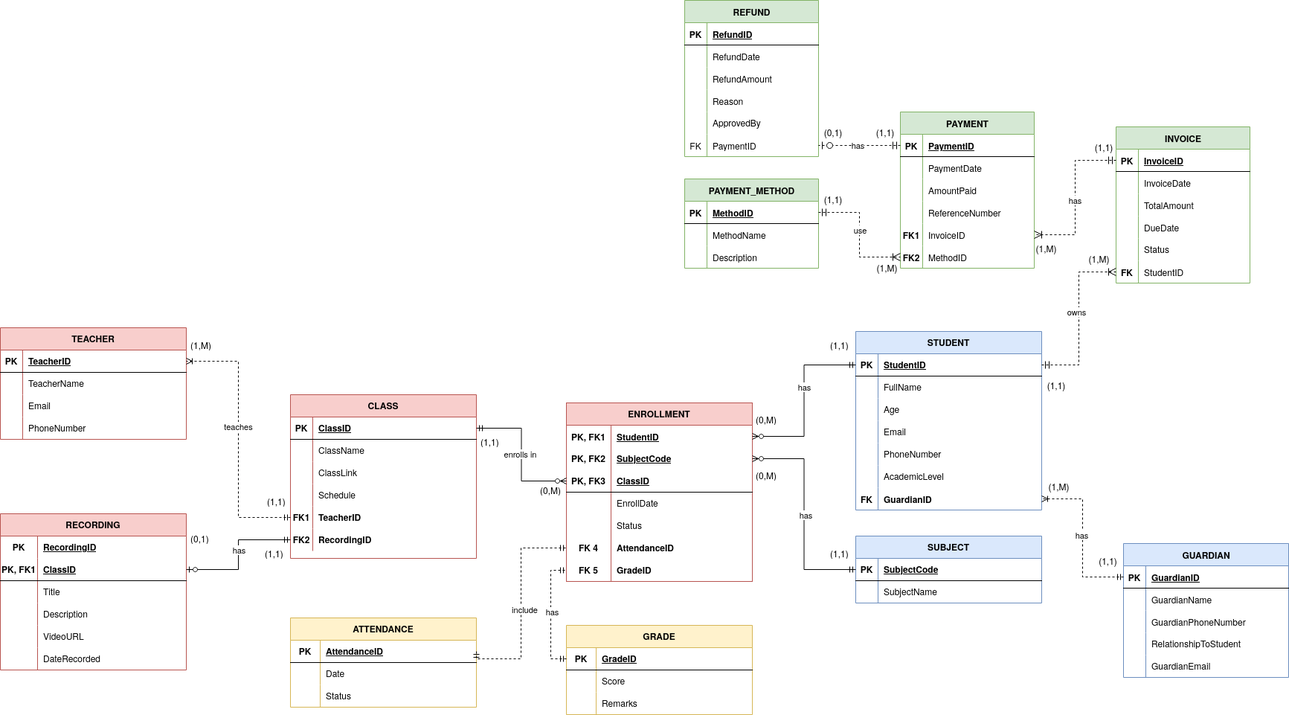
Before: CMT221_Assignment.drawio.png, a diagram exported from draw.io (EzraChai/CMT221-Assignment). Source tidied: cells renumbered, new cells last; positions are measured from the earlier drawing's top-left corner, leaving out a move shared by most shapes.
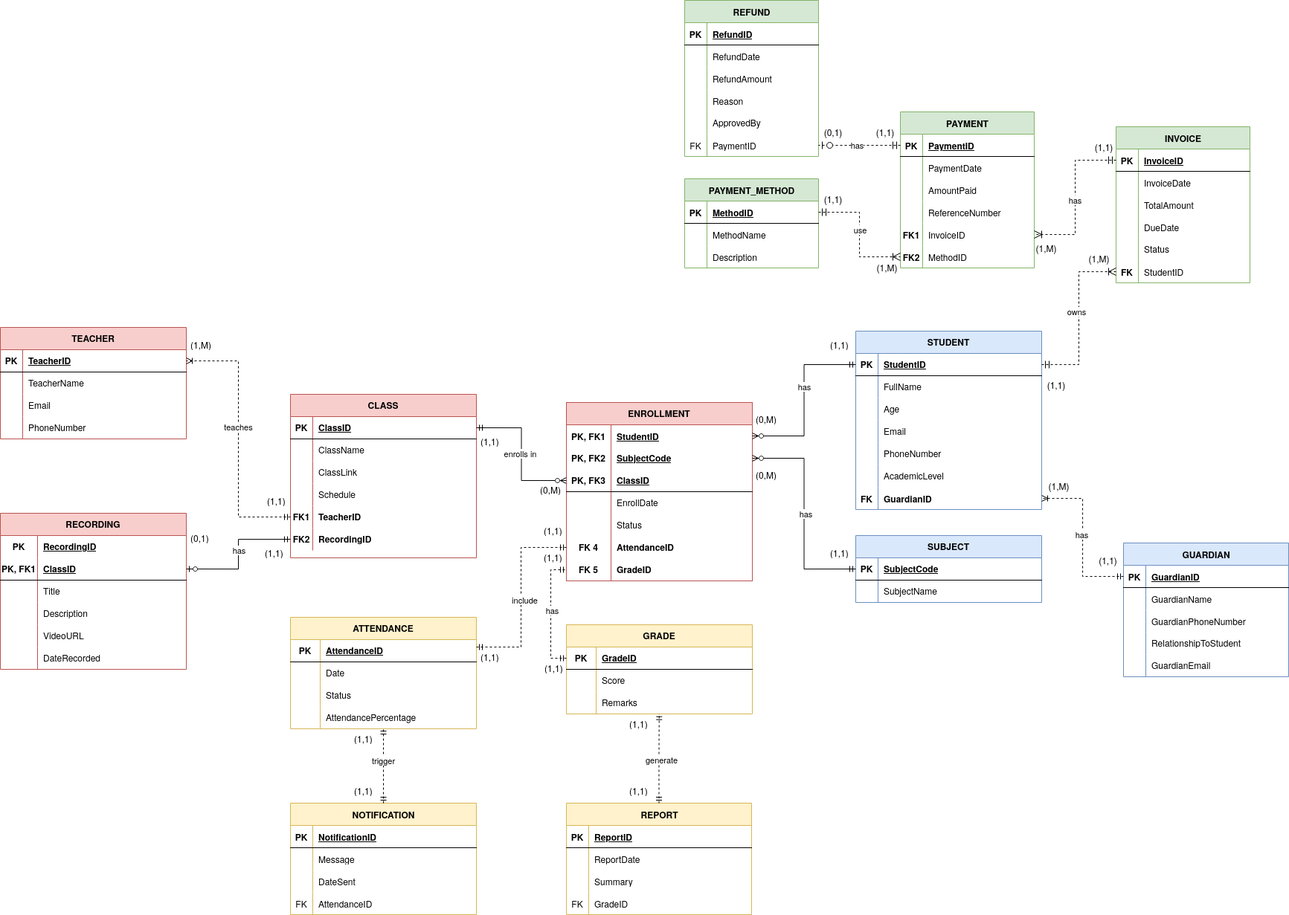
The same diagram one commit later.

The edit, as a diff of the source:
```diff
@@ -369,7 +369,7 @@
       <mxGeometry x="1010" y="625" width="40" height="30" as="geometry" />
     </mxCell>
     <mxCell id="124" value="ATTENDANCE" style="shape=table;startSize=30;rowLines=0;fontStyle=1;align=center;fillColor=#fff2cc;strokeColor=#d6b656;" parent="1" vertex="1">
-      <mxGeometry x="390" y="830" width="250" height="120" as="geometry" />
+      <mxGeometry x="390" y="830" width="250" height="150" as="geometry" />
     </mxCell>
     <mxCell id="125" style="shape=partialRectangle;fillColor=none;points=[[0,0.5],[1,0.5]];portConstraint=eastwest;top=0;left=0;right=0;bottom=1;" parent="124" vertex="1">
       <mxGeometry y="30" width="250" height="30" as="geometry" />
@@ -398,10 +398,21 @@
     <mxCell id="133" value="Status" style="shape=partialRectangle;overflow=hidden;fillColor=none;top=0;left=0;bottom=0;right=0;align=left;spacingLeft=6;" parent="131" vertex="1">
       <mxGeometry x="40" width="210" height="30" as="geometry" />
     </mxCell>
+    <mxCell id="251" style="shape=partialRectangle;fillColor=none;points=[[0,0.5],[1,0.5]];portConstraint=eastwest;top=0;left=0;right=0;bottom=0;" parent="124" vertex="1">
+      <mxGeometry y="120" width="250" height="30" as="geometry" />
+    </mxCell>
+    <mxCell id="252" style="shape=partialRectangle;overflow=hidden;fillColor=none;top=0;left=0;bottom=0;right=0;" parent="251" vertex="1">
+      <mxGeometry width="40" height="30" as="geometry" />
+    </mxCell>
+    <mxCell id="253" value="AttendancePercentage" style="shape=partialRectangle;overflow=hidden;fillColor=none;top=0;left=0;bottom=0;right=0;align=left;spacingLeft=6;" parent="251" vertex="1">
+      <mxGeometry x="40" width="210" height="30" as="geometry" />
+    </mxCell>
-    <mxCell id="134" style="edgeStyle=orthogonalEdgeStyle;fontSize=12;html=1;endArrow=ERmandOne;startArrow=ERmandOne;rounded=0;entryX=0;entryY=0.5;entryDx=0;entryDy=0;exitX=1;exitY=0.5;exitDx=0;exitDy=0;dashed=1;" parent="1" edge="1" source="125" target="18">
+    <mxCell id="134" style="edgeStyle=orthogonalEdgeStyle;fontSize=12;html=1;endArrow=ERmandOne;startArrow=ERmandOne;rounded=0;entryX=0;entryY=0.5;entryDx=0;entryDy=0;dashed=1;" parent="1" edge="1" target="18">
       <mxGeometry relative="1" as="geometry">
+        <mxPoint x="640" y="870" as="sourcePoint" />
         <Array as="points">
-          <mxPoint x="700" y="885" />
+          <mxPoint x="640" y="870" />
+          <mxPoint x="700" y="870" />
           <mxPoint x="700" y="736" />
         </Array>
       </mxGeometry>
@@ -759,5 +770,121 @@
     <mxCell id="250" value="&lt;font style=&quot;font-size: 12px;&quot;&gt;(0,1)&lt;/font&gt;" style="text;html=1;whiteSpace=wrap;strokeColor=none;fillColor=none;align=center;verticalAlign=middle;rounded=0;fontSize=16;" parent="1" vertex="1">
       <mxGeometry x="1090" y="160" width="60" height="30" as="geometry" />
     </mxCell>
+    <mxCell id="254" value="REPORT" style="shape=table;startSize=30;rowLines=0;fontStyle=1;align=center;html=1;fillColor=#fff2cc;strokeColor=#d6b656;" parent="1" vertex="1">
+      <mxGeometry x="761" y="1080" width="249" height="150" as="geometry" />
+    </mxCell>
+    <mxCell id="255" style="shape=tableRow;horizontal=0;startSize=0;swimlaneHead=0;swimlaneBody=0;fillColor=none;top=0;left=0;right=0;bottom=1;" parent="254" vertex="1">
+      <mxGeometry y="30" width="249" height="30" as="geometry" />
+    </mxCell>
+    <mxCell id="256" value="PK" style="shape=partialRectangle;fillColor=none;top=0;left=0;bottom=0;right=0;fontStyle=1;overflow=hidden;whiteSpace=wrap;html=1;" parent="255" vertex="1">
+      <mxGeometry width="30" height="30" as="geometry" />
+    </mxCell>
+    <mxCell id="257" value="ReportID" style="shape=partialRectangle;fillColor=none;top=0;left=0;bottom=0;right=0;align=left;spacingLeft=6;fontStyle=5;overflow=hidden;whiteSpace=wrap;html=1;" parent="255" vertex="1">
+      <mxGeometry x="30" width="219" height="30" as="geometry" />
+    </mxCell>
+    <mxCell id="258" style="shape=tableRow;horizontal=0;startSize=0;swimlaneHead=0;swimlaneBody=0;fillColor=none;top=0;left=0;right=0;bottom=0;" parent="254" vertex="1">
+      <mxGeometry y="60" width="249" height="30" as="geometry" />
+    </mxCell>
+    <mxCell id="259" style="shape=partialRectangle;fillColor=none;top=0;left=0;bottom=0;right=0;overflow=hidden;whiteSpace=wrap;html=1;" parent="258" vertex="1">
+      <mxGeometry width="30" height="30" as="geometry" />
+    </mxCell>
+    <mxCell id="260" value="ReportDate" style="shape=partialRectangle;fillColor=none;top=0;left=0;bottom=0;right=0;align=left;spacingLeft=6;overflow=hidden;whiteSpace=wrap;html=1;" parent="258" vertex="1">
+      <mxGeometry x="30" width="219" height="30" as="geometry" />
+    </mxCell>
+    <mxCell id="261" style="shape=tableRow;horizontal=0;startSize=0;swimlaneHead=0;swimlaneBody=0;fillColor=none;top=0;left=0;right=0;bottom=0;" parent="254" vertex="1">
+      <mxGeometry y="90" width="249" height="30" as="geometry" />
+    </mxCell>
+    <mxCell id="262" style="shape=partialRectangle;fillColor=none;top=0;left=0;bottom=0;right=0;overflow=hidden;whiteSpace=wrap;html=1;" parent="261" vertex="1">
+      <mxGeometry width="30" height="30" as="geometry" />
+    </mxCell>
+    <mxCell id="263" value="Summary&amp;nbsp;" style="shape=partialRectangle;fillColor=none;top=0;left=0;bottom=0;right=0;align=left;spacingLeft=6;overflow=hidden;whiteSpace=wrap;html=1;" parent="261" vertex="1">
+      <mxGeometry x="30" width="219" height="30" as="geometry" />
+    </mxCell>
+    <mxCell id="264" style="shape=tableRow;horizontal=0;startSize=0;swimlaneHead=0;swimlaneBody=0;fillColor=none;top=0;left=0;right=0;bottom=0;" parent="254" vertex="1">
+      <mxGeometry y="120" width="249" height="30" as="geometry" />
+    </mxCell>
+    <mxCell id="265" value="FK" style="shape=partialRectangle;fillColor=none;top=0;left=0;bottom=0;right=0;fontStyle=0;overflow=hidden;whiteSpace=wrap;html=1;" parent="264" vertex="1">
+      <mxGeometry width="30" height="30" as="geometry" />
+    </mxCell>
+    <mxCell id="266" value="GradeID" style="shape=partialRectangle;fillColor=none;top=0;left=0;bottom=0;right=0;align=left;spacingLeft=6;fontStyle=0;overflow=hidden;whiteSpace=wrap;html=1;" parent="264" vertex="1">
+      <mxGeometry x="30" width="219" height="30" as="geometry" />
+    </mxCell>
+    <mxCell id="267" value="NOTIFICATION" style="shape=table;startSize=30;rowLines=0;fontStyle=1;align=center;html=1;fillColor=#fff2cc;strokeColor=#d6b656;" parent="1" vertex="1">
+      <mxGeometry x="390" y="1080" width="250" height="150" as="geometry" />
+    </mxCell>
+    <mxCell id="268" style="shape=tableRow;horizontal=0;startSize=0;swimlaneHead=0;swimlaneBody=0;fillColor=none;top=0;left=0;right=0;bottom=1;" parent="267" vertex="1">
+      <mxGeometry y="30" width="250" height="30" as="geometry" />
+    </mxCell>
+    <mxCell id="269" value="PK" style="shape=partialRectangle;fillColor=none;top=0;left=0;bottom=0;right=0;fontStyle=1;overflow=hidden;whiteSpace=wrap;html=1;" parent="268" vertex="1">
+      <mxGeometry width="30" height="30" as="geometry" />
+    </mxCell>
+    <mxCell id="270" value="NotificationID" style="shape=partialRectangle;fillColor=none;top=0;left=0;bottom=0;right=0;align=left;spacingLeft=6;fontStyle=5;overflow=hidden;whiteSpace=wrap;html=1;" parent="268" vertex="1">
+      <mxGeometry x="30" width="220" height="30" as="geometry" />
+    </mxCell>
+    <mxCell id="271" style="shape=tableRow;horizontal=0;startSize=0;swimlaneHead=0;swimlaneBody=0;fillColor=none;top=0;left=0;right=0;bottom=0;" parent="267" vertex="1">
+      <mxGeometry y="60" width="250" height="30" as="geometry" />
+    </mxCell>
+    <mxCell id="272" style="shape=partialRectangle;fillColor=none;top=0;left=0;bottom=0;right=0;overflow=hidden;whiteSpace=wrap;html=1;" parent="271" vertex="1">
+      <mxGeometry width="30" height="30" as="geometry" />
+    </mxCell>
+    <mxCell id="273" value="Message" style="shape=partialRectangle;fillColor=none;top=0;left=0;bottom=0;right=0;align=left;spacingLeft=6;overflow=hidden;whiteSpace=wrap;html=1;" parent="271" vertex="1">
+      <mxGeometry x="30" width="220" height="30" as="geometry" />
+    </mxCell>
+    <mxCell id="274" style="shape=tableRow;horizontal=0;startSize=0;swimlaneHead=0;swimlaneBody=0;fillColor=none;top=0;left=0;right=0;bottom=0;" parent="267" vertex="1">
+      <mxGeometry y="90" width="250" height="30" as="geometry" />
+    </mxCell>
+    <mxCell id="275" style="shape=partialRectangle;fillColor=none;top=0;left=0;bottom=0;right=0;overflow=hidden;whiteSpace=wrap;html=1;" parent="274" vertex="1">
+      <mxGeometry width="30" height="30" as="geometry" />
+    </mxCell>
+    <mxCell id="276" value="DateSent" style="shape=partialRectangle;fillColor=none;top=0;left=0;bottom=0;right=0;align=left;spacingLeft=6;overflow=hidden;whiteSpace=wrap;html=1;" parent="274" vertex="1">
+      <mxGeometry x="30" width="220" height="30" as="geometry" />
+    </mxCell>
+    <mxCell id="277" style="shape=tableRow;horizontal=0;startSize=0;swimlaneHead=0;swimlaneBody=0;fillColor=none;top=0;left=0;right=0;bottom=0;" parent="267" vertex="1">
+      <mxGeometry y="120" width="250" height="30" as="geometry" />
+    </mxCell>
+    <mxCell id="278" value="FK" style="shape=partialRectangle;fillColor=none;top=0;left=0;bottom=0;right=0;fontStyle=0;overflow=hidden;whiteSpace=wrap;html=1;" parent="277" vertex="1">
+      <mxGeometry width="30" height="30" as="geometry" />
+    </mxCell>
+    <mxCell id="279" value="AttendanceID" style="shape=partialRectangle;fillColor=none;top=0;left=0;bottom=0;right=0;align=left;spacingLeft=6;fontStyle=0;overflow=hidden;whiteSpace=wrap;html=1;" parent="277" vertex="1">
+      <mxGeometry x="30" width="220" height="30" as="geometry" />
+    </mxCell>
+    <mxCell id="280" style="fontSize=12;html=1;endArrow=ERmandOne;endFill=0;rounded=0;startArrow=ERmandOne;startFill=0;entryX=0.5;entryY=0.969;entryDx=0;entryDy=0;dashed=1;exitX=0.5;exitY=0;exitDx=0;exitDy=0;edgeStyle=orthogonalEdgeStyle;entryPerimeter=0;" parent="1" edge="1" source="267" target="251">
+      <mxGeometry relative="1" as="geometry" />
+    </mxCell>
+    <mxCell id="281" value="trigger" style="edgeLabel;html=1;align=center;verticalAlign=middle;" parent="280" vertex="1">
+      <mxGeometry x="0.13" y="1" relative="1" as="geometry" />
+    </mxCell>
+    <mxCell id="282" style="fontSize=12;html=1;endArrow=ERmandOne;endFill=0;rounded=0;dashed=1;startArrow=ERmandOne;startFill=0;exitX=0.5;exitY=0;exitDx=0;exitDy=0;edgeStyle=orthogonalEdgeStyle;entryX=0.499;entryY=0.988;entryDx=0;entryDy=0;entryPerimeter=0;" parent="1" edge="1" source="254" target="143">
+      <mxGeometry relative="1" as="geometry" />
+    </mxCell>
+    <mxCell id="283" value="generate" style="edgeLabel;html=1;align=center;verticalAlign=middle;" parent="282" vertex="1">
+      <mxGeometry y="-2" relative="1" as="geometry">
+        <mxPoint y="1" as="offset" />
+      </mxGeometry>
+    </mxCell>
+    <mxCell id="284" value="(1,1)" style="text;strokeColor=none;fillColor=none;spacingLeft=4;spacingRight=4;overflow=hidden;fontSize=12;whiteSpace=wrap;html=1;" parent="1" vertex="1">
+      <mxGeometry x="725" y="700" width="60" height="30" as="geometry" />
+    </mxCell>
+    <mxCell id="285" value="(1,1)" style="text;strokeColor=none;fillColor=none;spacingLeft=4;spacingRight=4;overflow=hidden;fontSize=12;whiteSpace=wrap;html=1;" parent="1" vertex="1">
+      <mxGeometry x="725" y="736" width="60" height="30" as="geometry" />
+    </mxCell>
+    <mxCell id="286" value="(1,1)" style="text;strokeColor=none;fillColor=none;spacingLeft=4;spacingRight=4;overflow=hidden;fontSize=12;whiteSpace=wrap;html=1;" parent="1" vertex="1">
+      <mxGeometry x="640" y="870" width="60" height="30" as="geometry" />
+    </mxCell>
+    <mxCell id="287" value="(1,1)" style="text;strokeColor=none;fillColor=none;spacingLeft=4;spacingRight=4;overflow=hidden;fontSize=12;whiteSpace=wrap;html=1;" parent="1" vertex="1">
+      <mxGeometry x="726" y="885" width="60" height="30" as="geometry" />
+    </mxCell>
+    <mxCell id="288" value="(1,1)" style="text;strokeColor=none;fillColor=none;spacingLeft=4;spacingRight=4;overflow=hidden;fontSize=12;whiteSpace=wrap;html=1;" parent="1" vertex="1">
+      <mxGeometry x="840" y="960" width="60" height="30" as="geometry" />
+    </mxCell>
+    <mxCell id="289" value="(1,1)" style="text;strokeColor=none;fillColor=none;spacingLeft=4;spacingRight=4;overflow=hidden;fontSize=12;whiteSpace=wrap;html=1;" parent="1" vertex="1">
+      <mxGeometry x="840" y="1050" width="60" height="30" as="geometry" />
+    </mxCell>
+    <mxCell id="290" value="(1,1)" style="text;strokeColor=none;fillColor=none;spacingLeft=4;spacingRight=4;overflow=hidden;fontSize=12;whiteSpace=wrap;html=1;" parent="1" vertex="1">
+      <mxGeometry x="470" y="980" width="60" height="30" as="geometry" />
+    </mxCell>
+    <mxCell id="291" value="(1,1)" style="text;strokeColor=none;fillColor=none;spacingLeft=4;spacingRight=4;overflow=hidden;fontSize=12;whiteSpace=wrap;html=1;" parent="1" vertex="1">
+      <mxGeometry x="470" y="1050" width="60" height="30" as="geometry" />
+    </mxCell>
   </root>
 </mxGraphModel>
```
